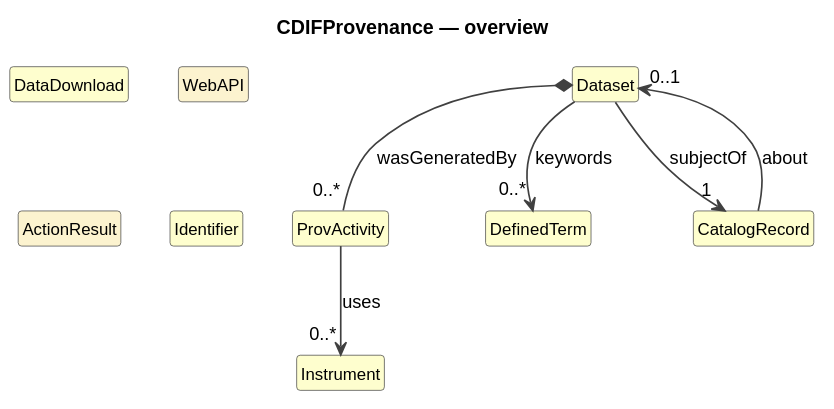
Cross-Domain-Interoperability-Framework/metadataBuildingBlocks keeps this PlantUML diagram as cdif-uml-model/_plantuml/cdifProvenance/index.local.svg. Above is the earlier version.
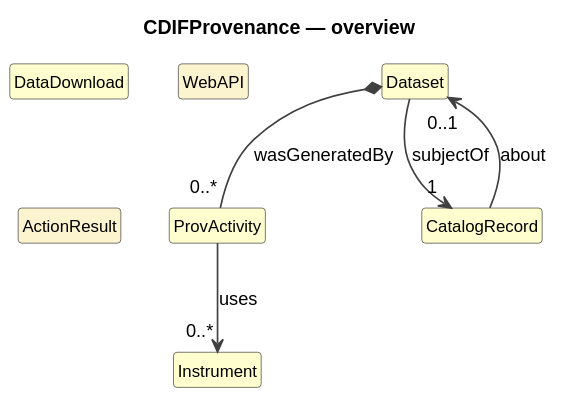
The same file after the commit.

Change to the diagram source:
```diff
@@ -16,12 +16,9 @@
 class "DataDownload" as DataDownload #FEFECE
 class "WebAPI" as WebAPI #FCF3CF
 class "ActionResult" as ActionResult #FCF3CF
-class "DefinedTerm" as DefinedTerm #FEFECE
-class "Identifier" as Identifier #FEFECE
 class "CatalogRecord" as CatalogRecord #FEFECE
 ProvActivity --> "0..*" Instrument : uses
 Dataset *-- "0..*" ProvActivity : wasGeneratedBy
 Dataset --> "1" CatalogRecord : subjectOf
-Dataset --> "0..*" DefinedTerm : keywords
 CatalogRecord --> "0..1" Dataset : about
 @enduml
```
